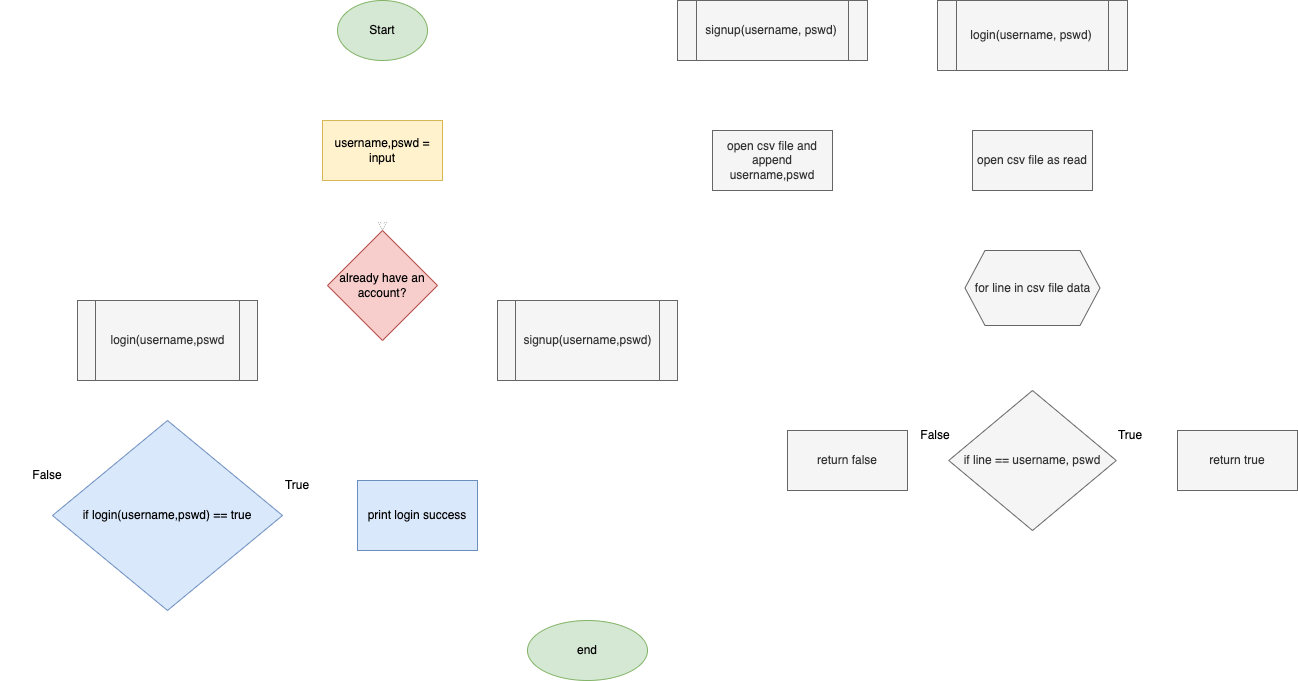
This is projects/digital_wallet/flowcharts/login_system.png from krishank-gupta/ib_com_sci, a draw.io export, as it was before one commit. Source tidied: cells renumbered, new cells last; positions are measured from the earlier drawing's top-left corner, leaving out a move shared by most shapes.
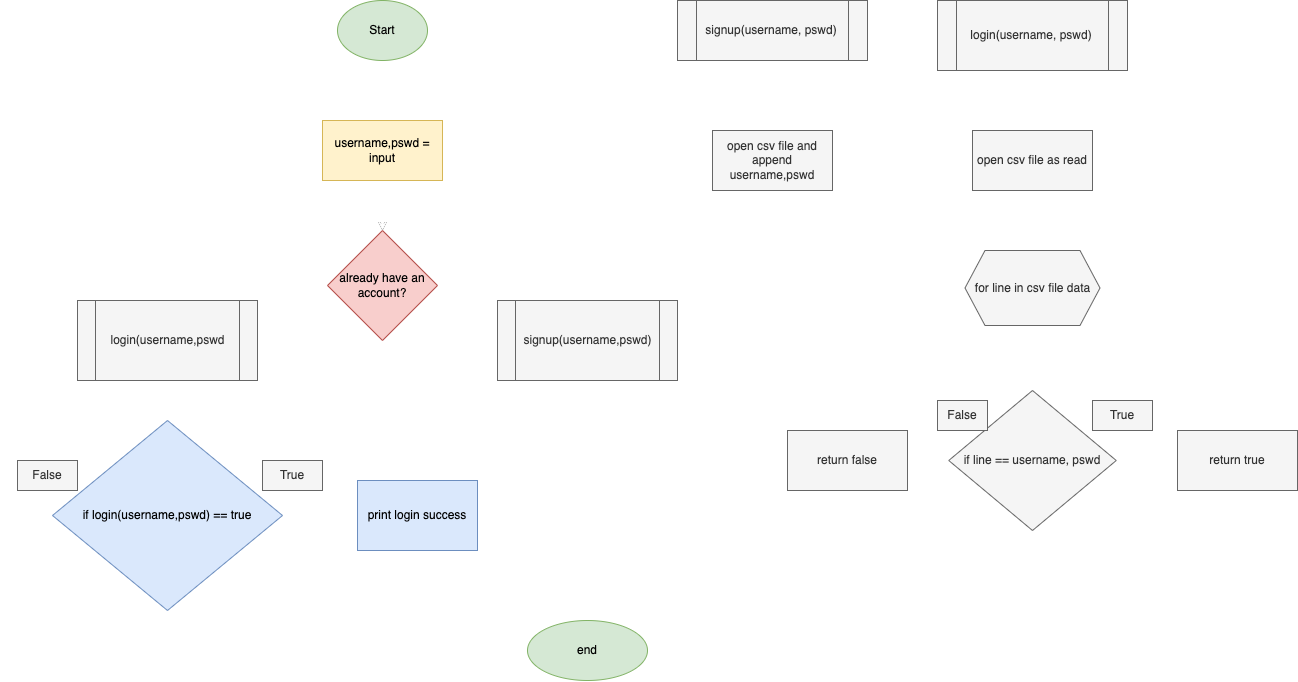
Above is the later version.

Commit message:
fixed login error, add transaction system

What changed in the source:
```diff
@@ -110,16 +110,16 @@
     <mxCell id="33" value="print login success" style="whiteSpace=wrap;html=1;fillColor=#dae8fc;strokeColor=#6c8ebf;" parent="1" vertex="1">
       <mxGeometry x="350" y="480" width="120" height="70" as="geometry" />
     </mxCell>
-    <mxCell id="34" value="True" style="text;html=1;strokeColor=none;fillColor=none;align=center;verticalAlign=middle;whiteSpace=wrap;rounded=0;" parent="1" vertex="1">
-      <mxGeometry x="1092.5" y="420" width="60" height="30" as="geometry" />
+    <mxCell id="34" value="True" style="text;html=1;align=center;verticalAlign=middle;whiteSpace=wrap;rounded=0;fillColor=#f5f5f5;strokeColor=#666666;fontColor=#333333;" parent="1" vertex="1">
+      <mxGeometry x="1085" y="400" width="60" height="30" as="geometry" />
     </mxCell>
-    <mxCell id="35" value="False" style="text;html=1;strokeColor=none;fillColor=none;align=center;verticalAlign=middle;whiteSpace=wrap;rounded=0;" parent="1" vertex="1">
-      <mxGeometry x="897.5" y="420" width="60" height="30" as="geometry" />
+    <mxCell id="35" value="False" style="text;html=1;align=center;verticalAlign=middle;whiteSpace=wrap;rounded=0;fillColor=#f5f5f5;strokeColor=#666666;fontColor=#333333;" parent="1" vertex="1">
+      <mxGeometry x="930" y="400" width="50" height="30" as="geometry" />
     </mxCell>
-    <mxCell id="36" value="True" style="text;html=1;strokeColor=none;fillColor=none;align=center;verticalAlign=middle;whiteSpace=wrap;rounded=0;" parent="1" vertex="1">
-      <mxGeometry x="260" y="470" width="60" height="30" as="geometry" />
+    <mxCell id="36" value="True" style="text;html=1;align=center;verticalAlign=middle;whiteSpace=wrap;rounded=0;fillColor=#f5f5f5;strokeColor=#666666;fontColor=#333333;" parent="1" vertex="1">
+      <mxGeometry x="255" y="460" width="60" height="30" as="geometry" />
     </mxCell>
-    <mxCell id="37" value="False" style="text;html=1;strokeColor=none;fillColor=none;align=center;verticalAlign=middle;whiteSpace=wrap;rounded=0;" parent="1" vertex="1">
+    <mxCell id="37" value="False" style="text;html=1;align=center;verticalAlign=middle;whiteSpace=wrap;rounded=0;fillColor=#f5f5f5;strokeColor=#666666;fontColor=#333333;" parent="1" vertex="1">
       <mxGeometry x="10" y="460" width="60" height="30" as="geometry" />
     </mxCell>
   </root>
```
